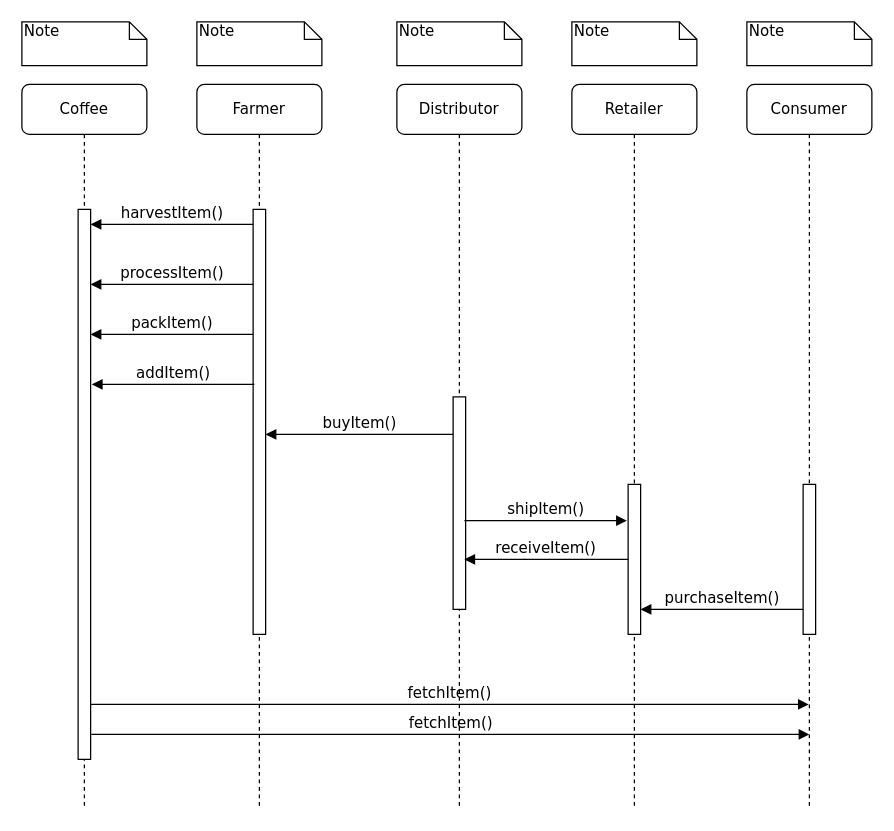
Above: page "Sequence" (2 of 5) of nd1309-Project-6b/UML/Udacity_SupplyChain_UML.drawio in jefmatle/Udacity_Blockchain_ND_v2 (draw.io), before the change. Source tidied: cells renumbered, new cells numbered last; positions are measured from the earlier drawing's top-left corner, leaving out a move shared by most shapes. Both pictures are drawn from the tidied source at 125%, with x=0, y=0 at pixel (21, 21).
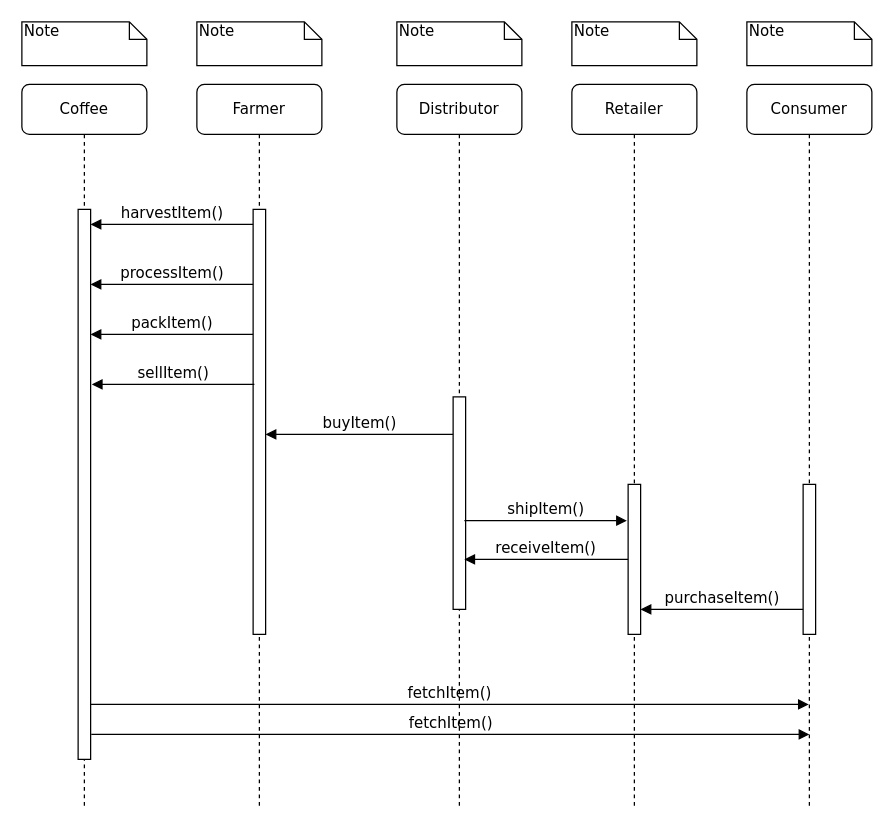
After the change.

Diff of the diagram source:
```diff
@@
-    <mxCell id="23" value="addItem()" style="html=1;verticalAlign=bottom;endArrow=none;entryX=0;entryY=0;labelBackgroundColor=none;fontFamily=Verdana;fontSize=12;edgeStyle=elbowEdgeStyle;elbow=horizontal;startArrow=block;startFill=1;endFill=0;" parent="1" edge="1">
+    <mxCell id="23" value="sellItem()" style="html=1;verticalAlign=bottom;endArrow=none;entryX=0;entryY=0;labelBackgroundColor=none;fontFamily=Verdana;fontSize=12;edgeStyle=elbowEdgeStyle;elbow=horizontal;startArrow=block;startFill=1;endFill=0;" parent="1" edge="1">
       <mxGeometry relative="1" as="geometry">
         <mxPoint x="56" y="290" as="sourcePoint" />
         <mxPoint x="186" y="290" as="targetPoint" />
       </mxGeometry>
     </mxCell>
```
